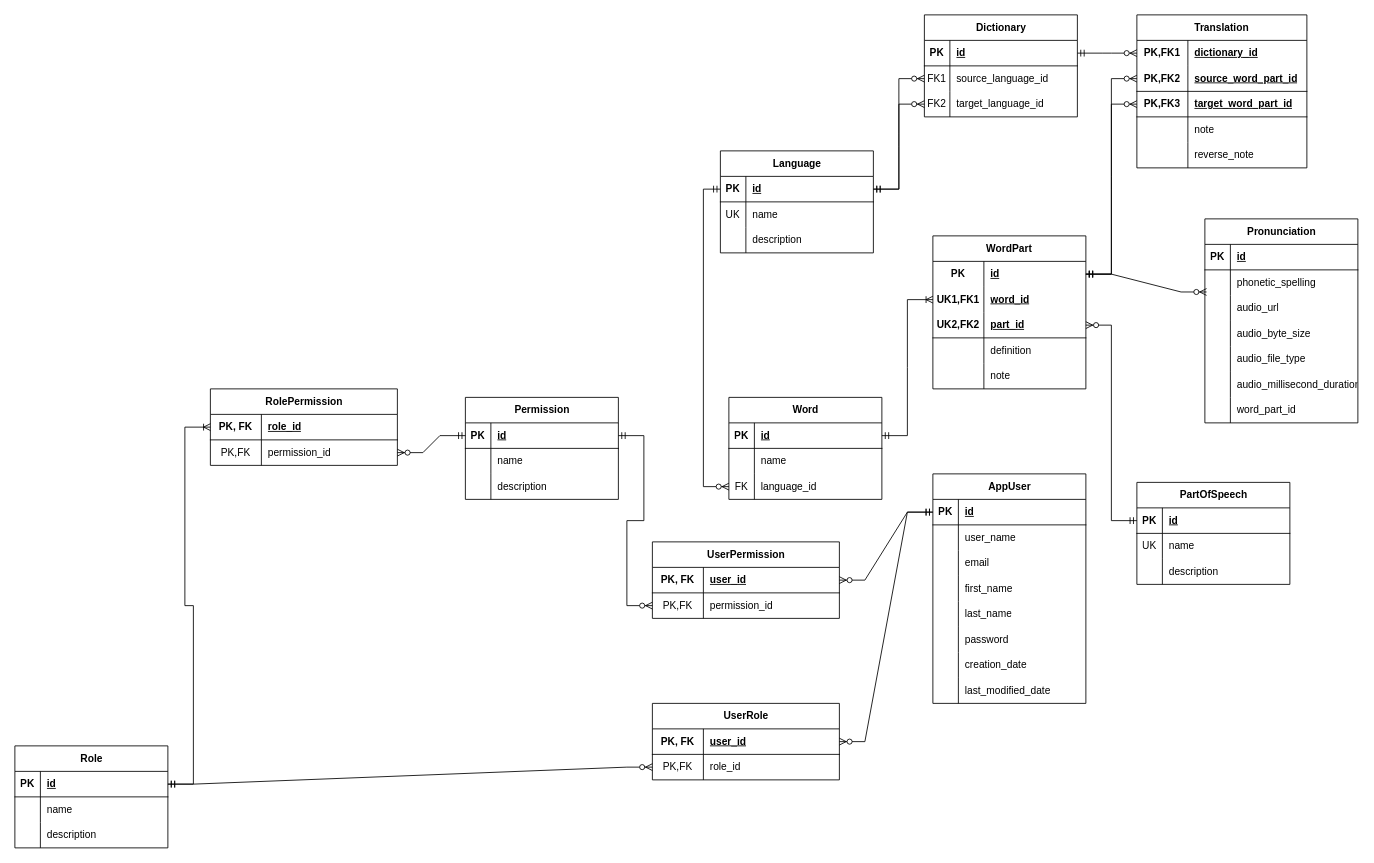
Above: page "ERD" (1 of 4) of urhobo_erd.drawio in rulecoconuts/urhobo_dictionary_web_api (draw.io), before the change. Source tidied: cells renumbered, new cells numbered last; positions are measured from the earlier drawing's top-left corner, leaving out a move shared by most shapes. Both pictures are drawn from the tidied source at 85%, with x=0, y=0 at pixel (14, 14).
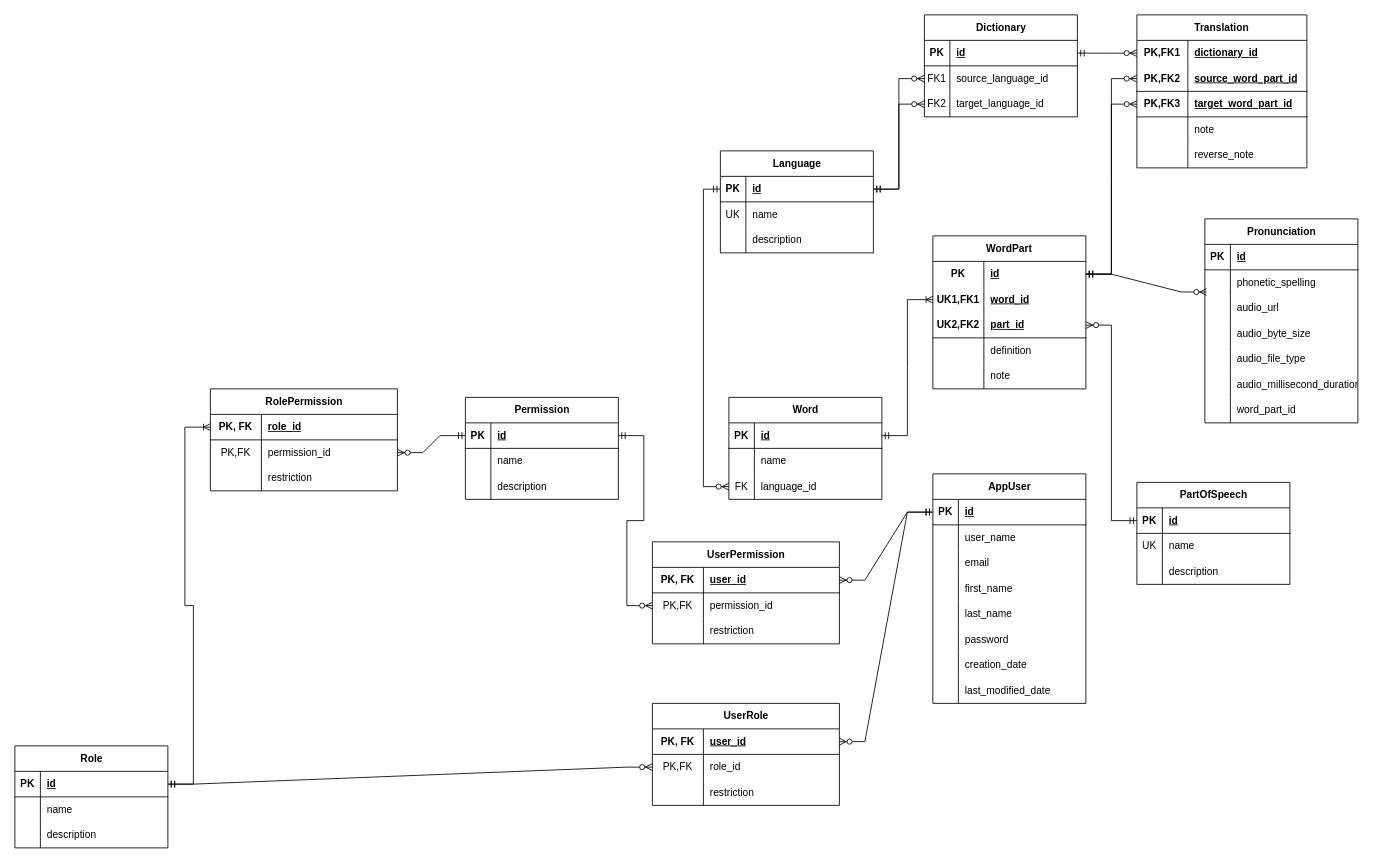
The same page after the edit.

What changed in the source:
```diff
@@
     <mxCell id="150" value="UserPermission" style="shape=table;startSize=30;childLayout=tableLayout;rowLines=0;fontStyle=1;align=center;html=1;" parent="1" vertex="1">
-      <mxGeometry x="750" y="620" width="220" height="90" as="geometry" />
+      <mxGeometry x="750" y="620" width="220" height="120" as="geometry" />
     </mxCell>
@@
+    <mxCell id="177" style="shape=tableRow;horizontal=0;startSize=0;swimlaneHead=0;swimlaneBody=0;fillColor=none;top=0;left=0;right=0;bottom=0;" parent="150" vertex="1">
+      <mxGeometry y="90" width="220" height="30" as="geometry" />
+    </mxCell>
+    <mxCell id="178" style="shape=partialRectangle;fillColor=none;top=0;left=0;bottom=0;right=0;overflow=hidden;whiteSpace=wrap;html=1;" parent="177" vertex="1">
+      <mxGeometry width="60" height="30" as="geometry" />
+    </mxCell>
+    <mxCell id="179" value="restriction" style="shape=partialRectangle;fillColor=none;top=0;left=0;bottom=0;right=0;align=left;spacingLeft=6;overflow=hidden;whiteSpace=wrap;html=1;" parent="177" vertex="1">
+      <mxGeometry x="60" width="160" height="30" as="geometry" />
+    </mxCell>
     <mxCell id="157" value="RolePermission" style="shape=table;startSize=30;childLayout=tableLayout;rowLines=0;fontStyle=1;align=center;html=1;" parent="1" vertex="1">
-      <mxGeometry x="230" y="440" width="220" height="90" as="geometry" />
+      <mxGeometry x="230" y="440" width="220" height="120" as="geometry" />
     </mxCell>
@@
+    <mxCell id="180" style="shape=tableRow;horizontal=0;startSize=0;swimlaneHead=0;swimlaneBody=0;fillColor=none;top=0;left=0;right=0;bottom=0;" parent="157" vertex="1">
+      <mxGeometry y="90" width="220" height="30" as="geometry" />
+    </mxCell>
+    <mxCell id="181" style="shape=partialRectangle;fillColor=none;top=0;left=0;bottom=0;right=0;overflow=hidden;whiteSpace=wrap;html=1;" parent="180" vertex="1">
+      <mxGeometry width="60" height="30" as="geometry" />
+    </mxCell>
+    <mxCell id="182" value="restriction" style="shape=partialRectangle;fillColor=none;top=0;left=0;bottom=0;right=0;align=left;spacingLeft=6;overflow=hidden;whiteSpace=wrap;html=1;" parent="180" vertex="1">
+      <mxGeometry x="60" width="160" height="30" as="geometry" />
+    </mxCell>
     <mxCell id="164" value="UserRole" style="shape=table;startSize=30;childLayout=tableLayout;rowLines=0;fontStyle=1;align=center;html=1;" parent="1" vertex="1">
-      <mxGeometry x="750" y="810" width="220" height="90" as="geometry" />
+      <mxGeometry x="750" y="810" width="220" height="120" as="geometry" />
     </mxCell>
@@
+    <mxCell id="183" style="shape=tableRow;horizontal=0;startSize=0;swimlaneHead=0;swimlaneBody=0;fillColor=none;top=0;left=0;right=0;bottom=0;" parent="164" vertex="1">
+      <mxGeometry y="90" width="220" height="30" as="geometry" />
+    </mxCell>
+    <mxCell id="184" style="shape=partialRectangle;fillColor=none;top=0;left=0;bottom=0;right=0;overflow=hidden;whiteSpace=wrap;html=1;" parent="183" vertex="1">
+      <mxGeometry width="60" height="30" as="geometry" />
+    </mxCell>
+    <mxCell id="185" value="restriction" style="shape=partialRectangle;fillColor=none;top=0;left=0;bottom=0;right=0;align=left;spacingLeft=6;overflow=hidden;whiteSpace=wrap;html=1;" parent="183" vertex="1">
+      <mxGeometry x="60" width="160" height="30" as="geometry" />
+    </mxCell>
```
